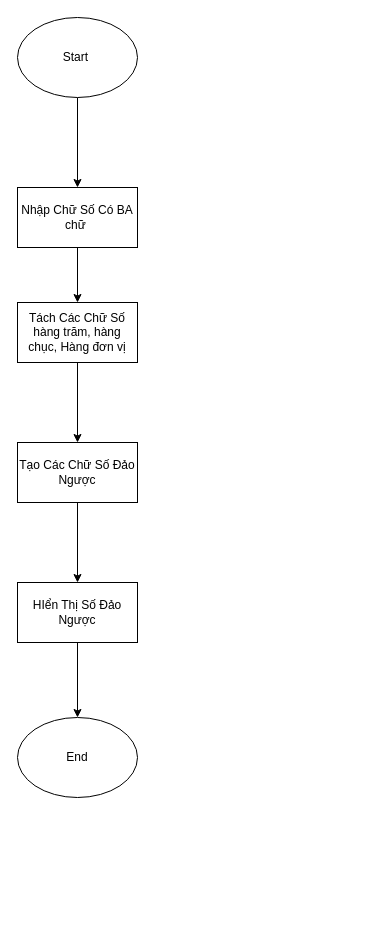
phamcongthanhvn2k6/draw.io keeps this draw.io diagram as đao ba chữ số.drawio. Above is the earlier version. Source tidied: cells renumbered, new cells numbered last; positions are measured from the earlier drawing's top-left corner, leaving out a move shared by most shapes. Both pictures are drawn from the tidied source at 100%, with x=0, y=0 at pixel (17, 17).
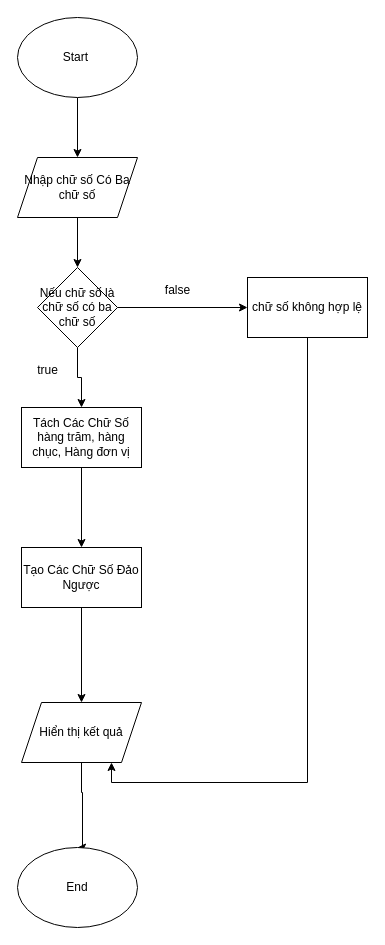
After the change.

Commit message:
Cập nhật đao ba chữ số.drawio

Unchanged cells that the change refers to:
```xml
<mxCell id="3" value="Start&amp;nbsp;" style="ellipse;whiteSpace=wrap;html=1;" parent="1" vertex="1">
  <mxGeometry width="120" height="80" as="geometry" />
</mxCell>
```

The edit, as a diff of the source:
```diff
@@
-    <mxCell id="2" style="edgeStyle=orthogonalEdgeStyle;rounded=0;jettySize=auto;html=1;" parent="1" edge="1" source="3" target="5">
+    <mxCell id="2" style="edgeStyle=orthogonalEdgeStyle;rounded=0;jettySize=auto;html=1;entryX=0.5;entryY=0;entryDx=0;entryDy=0;" parent="1" edge="1" source="3" target="14">
       <mxGeometry relative="1" as="geometry" />
     </mxCell>
@@
-    <mxCell id="4" style="edgeStyle=orthogonalEdgeStyle;rounded=0;jettySize=auto;html=1;exitX=0.5;exitY=1;exitDx=0;exitDy=0;entryX=0.5;entryY=0;entryDx=0;entryDy=0;" parent="1" edge="1" source="5" target="7">
-      <mxGeometry relative="1" as="geometry" />
-    </mxCell>
-    <mxCell id="5" value="Nhập Chữ Số Có BA chữ&amp;nbsp;" style="whiteSpace=wrap;html=1;" parent="1" vertex="1">
-      <mxGeometry y="170" width="120" height="60" as="geometry" />
-    </mxCell>
@@
     <mxCell id="7" value="Tách Các Chữ Số hàng trăm, hàng chục, Hàng đơn vị" style="rounded=0;whiteSpace=wrap;html=1;" parent="1" vertex="1">
-      <mxGeometry y="285" width="120" height="60" as="geometry" />
+      <mxGeometry x="4" y="390" width="120" height="60" as="geometry" />
     </mxCell>
-    <mxCell id="8" style="edgeStyle=orthogonalEdgeStyle;rounded=0;jettySize=auto;html=1;" parent="1" edge="1" source="9" target="11">
+    <mxCell id="8" style="edgeStyle=orthogonalEdgeStyle;rounded=0;jettySize=auto;html=1;entryX=0.5;entryY=0;entryDx=0;entryDy=0;" parent="1" edge="1" source="9" target="15">
       <mxGeometry relative="1" as="geometry" />
     </mxCell>
     <mxCell id="9" value="Tạo Các Chữ Số Đảo Ngược" style="whiteSpace=wrap;html=1;rounded=0;" parent="1" vertex="1">
-      <mxGeometry y="425" width="120" height="60" as="geometry" />
+      <mxGeometry x="4" y="530" width="120" height="60" as="geometry" />
     </mxCell>
-    <mxCell id="10" style="edgeStyle=orthogonalEdgeStyle;rounded=0;jettySize=auto;html=1;exitX=0.5;exitY=1;exitDx=0;exitDy=0;entryX=0.5;entryY=0;entryDx=0;entryDy=0;" parent="1" edge="1" source="11" target="12">
-      <mxGeometry relative="1" as="geometry" />
+    <mxCell id="10" style="edgeStyle=orthogonalEdgeStyle;rounded=0;jettySize=auto;html=1;exitX=0.5;exitY=1;exitDx=0;exitDy=0;entryX=0.5;entryY=0;entryDx=0;entryDy=0;" parent="1" edge="1" source="15" target="12">
+      <mxGeometry relative="1" as="geometry">
+        <Array as="points">
+          <mxPoint x="64" y="775" />
+          <mxPoint x="65" y="775" />
+          <mxPoint x="65" y="830" />
+        </Array>
+      </mxGeometry>
     </mxCell>
-    <mxCell id="11" value="HIển Thị Số Đảo Ngược" style="whiteSpace=wrap;html=1;rounded=0;" parent="1" vertex="1">
-      <mxGeometry y="565" width="120" height="60" as="geometry" />
-    </mxCell>
     <mxCell id="12" value="End" style="ellipse;whiteSpace=wrap;html=1;" parent="1" vertex="1">
-      <mxGeometry y="700" width="120" height="80" as="geometry" />
+      <mxGeometry y="830" width="120" height="80" as="geometry" />
     </mxCell>
+    <mxCell id="13" style="edgeStyle=orthogonalEdgeStyle;rounded=0;jettySize=auto;html=1;exitX=0.5;exitY=1;exitDx=0;exitDy=0;entryX=0.5;entryY=0;entryDx=0;entryDy=0;" parent="1" edge="1" source="14" target="18">
+      <mxGeometry relative="1" as="geometry" />
+    </mxCell>
+    <mxCell id="14" value="Nhập chữ số Có Ba chữ số" style="shape=parallelogram;perimeter=parallelogramPerimeter;whiteSpace=wrap;html=1;fixedSize=1;" parent="1" vertex="1">
+      <mxGeometry y="140" width="120" height="60" as="geometry" />
+    </mxCell>
+    <mxCell id="15" value="Hiển thị kết quả" style="shape=parallelogram;perimeter=parallelogramPerimeter;whiteSpace=wrap;html=1;fixedSize=1;" parent="1" vertex="1">
+      <mxGeometry x="4" y="685" width="120" height="60" as="geometry" />
+    </mxCell>
+    <mxCell id="16" style="edgeStyle=orthogonalEdgeStyle;rounded=0;jettySize=auto;html=1;exitX=0.5;exitY=1;exitDx=0;exitDy=0;entryX=0.5;entryY=0;entryDx=0;entryDy=0;" parent="1" edge="1" source="18" target="7">
+      <mxGeometry relative="1" as="geometry" />
+    </mxCell>
+    <mxCell id="17" style="edgeStyle=orthogonalEdgeStyle;rounded=0;jettySize=auto;html=1;" parent="1" edge="1" source="18" target="21">
+      <mxGeometry relative="1" as="geometry" />
+    </mxCell>
+    <mxCell id="18" value="Nếu chữ số là chữ số có ba chữ số" style="rhombus;whiteSpace=wrap;html=1;" parent="1" vertex="1">
+      <mxGeometry x="20" y="250" width="80" height="80" as="geometry" />
+    </mxCell>
+    <mxCell id="19" value="true" style="text;html=1;align=center;verticalAlign=middle;strokeColor=none;fillColor=none;" parent="1" vertex="1">
+      <mxGeometry x="10" y="338" width="40" height="30" as="geometry" />
+    </mxCell>
+    <mxCell id="20" style="edgeStyle=orthogonalEdgeStyle;rounded=0;jettySize=auto;html=1;exitX=0.5;exitY=1;exitDx=0;exitDy=0;entryX=0.75;entryY=1;entryDx=0;entryDy=0;" parent="1" edge="1" source="21" target="15">
+      <mxGeometry relative="1" as="geometry" />
+    </mxCell>
+    <mxCell id="21" value="chữ số không hợp lệ" style="whiteSpace=wrap;html=1;" parent="1" vertex="1">
+      <mxGeometry x="230" y="260" width="120" height="60" as="geometry" />
+    </mxCell>
+    <mxCell id="22" value="false" style="text;html=1;align=center;verticalAlign=middle;strokeColor=none;fillColor=none;" parent="1" vertex="1">
+      <mxGeometry x="135" y="258" width="50" height="30" as="geometry" />
+    </mxCell>
```
